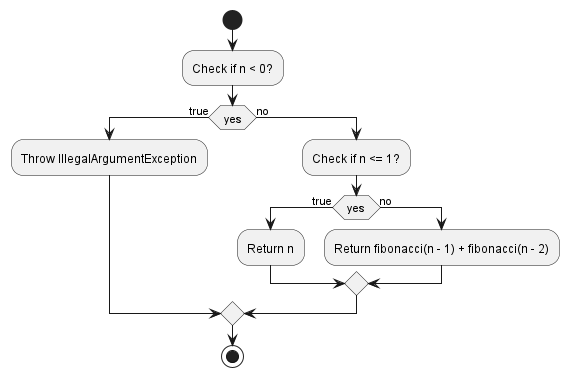
This is diagrams/images_diagrams/fibonacci_recursion.png from andriiiiiko/jd-homework-5, a PlantUML export, as it was before one commit.
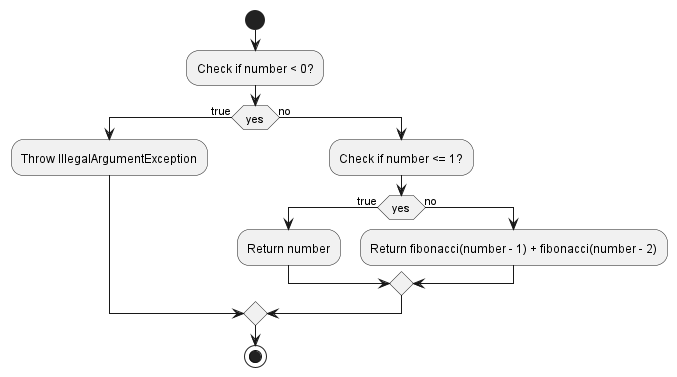
Above is the later version.

Commit message:
Rename the change int n to number

The edit, as a diff of the source:
```diff
@@ -1,15 +1,15 @@
 @startuml
 
 start
-:Check if n < 0?;
+:Check if number < 0?;
 if (yes) then (true)
   :Throw IllegalArgumentException;
 else (no)
-  :Check if n <= 1?;
+  :Check if number <= 1?;
   if (yes) then (true)
-    :Return n;
+    :Return number;
   else (no)
-    :Return fibonacci(n - 1) + fibonacci(n - 2);
+    :Return fibonacci(number - 1) + fibonacci(number - 2);
   endif
 endif
 stop
```
